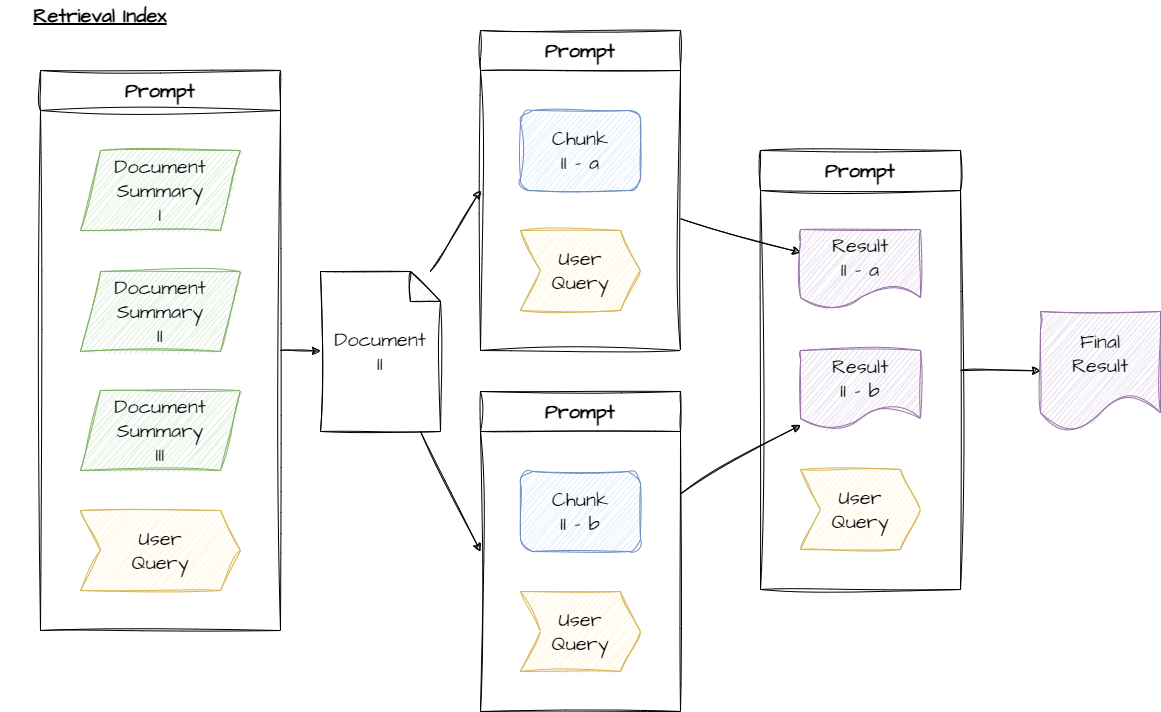
Above: images/retrieval-document-summary-index.drawio.png in IMOKURI/RAG-with-MLDE (draw.io), before the change. Source tidied: cells renumbered, new cells last; positions are measured from the earlier drawing's top-left corner, leaving out a move shared by most shapes.
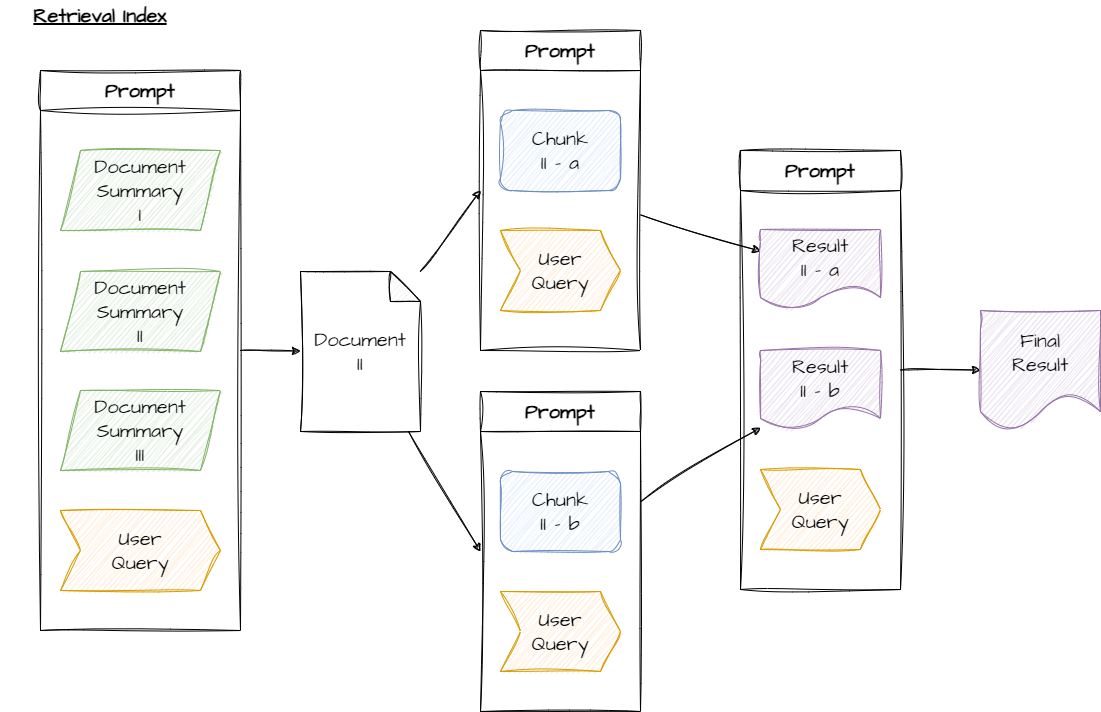
The same file after the commit.

What changed in the source:
```diff
@@ -3,9 +3,9 @@
     <mxCell id="0" />
     <mxCell id="1" parent="0" />
     <mxCell id="2" value="Retrieval Index" style="text;html=1;strokeColor=none;fillColor=none;align=center;verticalAlign=middle;whiteSpace=wrap;rounded=0;sketch=1;hachureGap=4;jiggle=2;curveFitting=1;fontFamily=Architects Daughter;fontSource=https%3A%2F%2Ffonts.googleapis.com%2Fcss%3Ffamily%3DArchitects%2BDaughter;fontSize=20;fontStyle=5;" parent="1" vertex="1">
-      <mxGeometry width="200" height="30" as="geometry" />
+      <mxGeometry x="20" width="200" height="30" as="geometry" />
     </mxCell>
-    <mxCell id="3" value="User&lt;br&gt;Query" style="shape=step;perimeter=stepPerimeter;whiteSpace=wrap;html=1;fixedSize=1;sketch=1;hachureGap=4;jiggle=2;curveFitting=1;fontFamily=Architects Daughter;fontSource=https%3A%2F%2Ffonts.googleapis.com%2Fcss%3Ffamily%3DArchitects%2BDaughter;fontSize=20;fillColor=#fff2cc;strokeColor=#d6b656;" parent="1" vertex="1">
+    <mxCell id="3" value="User&lt;br&gt;Query" style="shape=step;perimeter=stepPerimeter;whiteSpace=wrap;html=1;fixedSize=1;sketch=1;hachureGap=4;jiggle=2;curveFitting=1;fontFamily=Architects Daughter;fontSource=https%3A%2F%2Ffonts.googleapis.com%2Fcss%3Ffamily%3DArchitects%2BDaughter;fontSize=20;fillColor=#ffe6cc;strokeColor=#d79b00;" parent="1" vertex="1">
       <mxGeometry x="80" y="510" width="160" height="80" as="geometry" />
     </mxCell>
     <mxCell id="4" value="Document&lt;br&gt;Summary&lt;br&gt;I" style="shape=parallelogram;perimeter=parallelogramPerimeter;whiteSpace=wrap;html=1;fixedSize=1;sketch=1;hachureGap=4;jiggle=2;curveFitting=1;fontFamily=Architects Daughter;fontSource=https%3A%2F%2Ffonts.googleapis.com%2Fcss%3Ffamily%3DArchitects%2BDaughter;fontSize=20;fillColor=#d5e8d4;strokeColor=#82b366;" parent="1" vertex="1">
@@ -30,49 +30,49 @@
       <mxGeometry relative="1" as="geometry" />
     </mxCell>
     <mxCell id="11" value="Prompt" style="swimlane;whiteSpace=wrap;html=1;sketch=1;hachureGap=4;jiggle=2;curveFitting=1;fontFamily=Architects Daughter;fontSource=https%3A%2F%2Ffonts.googleapis.com%2Fcss%3Ffamily%3DArchitects%2BDaughter;fontSize=20;startSize=40;" parent="1" vertex="1">
-      <mxGeometry x="40" y="70" width="240" height="560" as="geometry" />
+      <mxGeometry x="60" y="70" width="200" height="560" as="geometry" />
     </mxCell>
     <mxCell id="12" style="edgeStyle=none;sketch=1;hachureGap=4;jiggle=2;curveFitting=1;html=1;fontFamily=Architects Daughter;fontSource=https%3A%2F%2Ffonts.googleapis.com%2Fcss%3Ffamily%3DArchitects%2BDaughter;fontSize=16;" parent="1" edge="1" source="13" target="22">
       <mxGeometry relative="1" as="geometry" />
     </mxCell>
     <mxCell id="13" value="Prompt" style="swimlane;whiteSpace=wrap;html=1;sketch=1;hachureGap=4;jiggle=2;curveFitting=1;fontFamily=Architects Daughter;fontSource=https%3A%2F%2Ffonts.googleapis.com%2Fcss%3Ffamily%3DArchitects%2BDaughter;fontSize=20;startSize=40;" parent="1" vertex="1">
-      <mxGeometry x="480" y="30" width="200" height="320" as="geometry" />
+      <mxGeometry x="500" y="30" width="160" height="320" as="geometry" />
     </mxCell>
     <mxCell id="14" value="Chunk&lt;br&gt;II - a" style="rounded=1;whiteSpace=wrap;html=1;sketch=1;hachureGap=4;jiggle=2;curveFitting=1;fontFamily=Architects Daughter;fontSource=https%3A%2F%2Ffonts.googleapis.com%2Fcss%3Ffamily%3DArchitects%2BDaughter;fontSize=20;fillColor=#dae8fc;strokeColor=#6c8ebf;" parent="1" vertex="1">
       <mxGeometry x="520" y="110" width="120" height="80" as="geometry" />
     </mxCell>
-    <mxCell id="15" value="User&lt;br&gt;Query" style="shape=step;perimeter=stepPerimeter;whiteSpace=wrap;html=1;fixedSize=1;sketch=1;hachureGap=4;jiggle=2;curveFitting=1;fontFamily=Architects Daughter;fontSource=https%3A%2F%2Ffonts.googleapis.com%2Fcss%3Ffamily%3DArchitects%2BDaughter;fontSize=20;fillColor=#fff2cc;strokeColor=#d6b656;" parent="1" vertex="1">
+    <mxCell id="15" value="User&lt;br&gt;Query" style="shape=step;perimeter=stepPerimeter;whiteSpace=wrap;html=1;fixedSize=1;sketch=1;hachureGap=4;jiggle=2;curveFitting=1;fontFamily=Architects Daughter;fontSource=https%3A%2F%2Ffonts.googleapis.com%2Fcss%3Ffamily%3DArchitects%2BDaughter;fontSize=20;fillColor=#ffe6cc;strokeColor=#d79b00;" parent="1" vertex="1">
       <mxGeometry x="520" y="230" width="120" height="80" as="geometry" />
     </mxCell>
     <mxCell id="16" style="edgeStyle=none;sketch=1;hachureGap=4;jiggle=2;curveFitting=1;html=1;fontFamily=Architects Daughter;fontSource=https%3A%2F%2Ffonts.googleapis.com%2Fcss%3Ffamily%3DArchitects%2BDaughter;fontSize=16;" parent="1" edge="1" source="17" target="23">
       <mxGeometry relative="1" as="geometry" />
     </mxCell>
     <mxCell id="17" value="Prompt" style="swimlane;whiteSpace=wrap;html=1;sketch=1;hachureGap=4;jiggle=2;curveFitting=1;fontFamily=Architects Daughter;fontSource=https%3A%2F%2Ffonts.googleapis.com%2Fcss%3Ffamily%3DArchitects%2BDaughter;fontSize=20;startSize=40;" parent="1" vertex="1">
-      <mxGeometry x="480" y="391" width="200" height="320" as="geometry" />
+      <mxGeometry x="500" y="391" width="160" height="320" as="geometry" />
     </mxCell>
     <mxCell id="18" value="Chunk&lt;br&gt;II - b" style="rounded=1;whiteSpace=wrap;html=1;sketch=1;hachureGap=4;jiggle=2;curveFitting=1;fontFamily=Architects Daughter;fontSource=https%3A%2F%2Ffonts.googleapis.com%2Fcss%3Ffamily%3DArchitects%2BDaughter;fontSize=20;fillColor=#dae8fc;strokeColor=#6c8ebf;" parent="1" vertex="1">
       <mxGeometry x="520" y="471" width="120" height="80" as="geometry" />
     </mxCell>
-    <mxCell id="19" value="User&lt;br&gt;Query" style="shape=step;perimeter=stepPerimeter;whiteSpace=wrap;html=1;fixedSize=1;sketch=1;hachureGap=4;jiggle=2;curveFitting=1;fontFamily=Architects Daughter;fontSource=https%3A%2F%2Ffonts.googleapis.com%2Fcss%3Ffamily%3DArchitects%2BDaughter;fontSize=20;fillColor=#fff2cc;strokeColor=#d6b656;" parent="1" vertex="1">
+    <mxCell id="19" value="User&lt;br&gt;Query" style="shape=step;perimeter=stepPerimeter;whiteSpace=wrap;html=1;fixedSize=1;sketch=1;hachureGap=4;jiggle=2;curveFitting=1;fontFamily=Architects Daughter;fontSource=https%3A%2F%2Ffonts.googleapis.com%2Fcss%3Ffamily%3DArchitects%2BDaughter;fontSize=20;fillColor=#ffe6cc;strokeColor=#d79b00;" parent="1" vertex="1">
       <mxGeometry x="520" y="591" width="120" height="80" as="geometry" />
     </mxCell>
     <mxCell id="20" style="edgeStyle=none;sketch=1;hachureGap=4;jiggle=2;curveFitting=1;html=1;fontFamily=Architects Daughter;fontSource=https%3A%2F%2Ffonts.googleapis.com%2Fcss%3Ffamily%3DArchitects%2BDaughter;fontSize=16;" parent="1" edge="1" source="21" target="25">
       <mxGeometry relative="1" as="geometry" />
     </mxCell>
     <mxCell id="21" value="Prompt" style="swimlane;whiteSpace=wrap;html=1;sketch=1;hachureGap=4;jiggle=2;curveFitting=1;fontFamily=Architects Daughter;fontSource=https%3A%2F%2Ffonts.googleapis.com%2Fcss%3Ffamily%3DArchitects%2BDaughter;fontSize=20;startSize=40;" parent="1" vertex="1">
-      <mxGeometry x="760" y="150" width="200" height="439" as="geometry" />
+      <mxGeometry x="760" y="150" width="160" height="439" as="geometry" />
     </mxCell>
     <mxCell id="22" value="Result&lt;br&gt;II - a" style="shape=document;whiteSpace=wrap;html=1;boundedLbl=1;sketch=1;hachureGap=4;jiggle=2;curveFitting=1;fontFamily=Architects Daughter;fontSource=https%3A%2F%2Ffonts.googleapis.com%2Fcss%3Ffamily%3DArchitects%2BDaughter;fontSize=20;fillColor=#e1d5e7;strokeColor=#9673a6;" parent="21" vertex="1">
-      <mxGeometry x="40" y="79" width="120" height="80" as="geometry" />
+      <mxGeometry x="20" y="79" width="120" height="80" as="geometry" />
     </mxCell>
     <mxCell id="23" value="Result&lt;br&gt;II - b" style="shape=document;whiteSpace=wrap;html=1;boundedLbl=1;sketch=1;hachureGap=4;jiggle=2;curveFitting=1;fontFamily=Architects Daughter;fontSource=https%3A%2F%2Ffonts.googleapis.com%2Fcss%3Ffamily%3DArchitects%2BDaughter;fontSize=20;fillColor=#e1d5e7;strokeColor=#9673a6;" parent="21" vertex="1">
-      <mxGeometry x="40" y="200" width="120" height="80" as="geometry" />
+      <mxGeometry x="20" y="200" width="120" height="80" as="geometry" />
     </mxCell>
-    <mxCell id="24" value="User&lt;br&gt;Query" style="shape=step;perimeter=stepPerimeter;whiteSpace=wrap;html=1;fixedSize=1;sketch=1;hachureGap=4;jiggle=2;curveFitting=1;fontFamily=Architects Daughter;fontSource=https%3A%2F%2Ffonts.googleapis.com%2Fcss%3Ffamily%3DArchitects%2BDaughter;fontSize=20;fillColor=#fff2cc;strokeColor=#d6b656;" parent="21" vertex="1">
-      <mxGeometry x="40" y="319" width="120" height="80" as="geometry" />
+    <mxCell id="24" value="User&lt;br&gt;Query" style="shape=step;perimeter=stepPerimeter;whiteSpace=wrap;html=1;fixedSize=1;sketch=1;hachureGap=4;jiggle=2;curveFitting=1;fontFamily=Architects Daughter;fontSource=https%3A%2F%2Ffonts.googleapis.com%2Fcss%3Ffamily%3DArchitects%2BDaughter;fontSize=20;fillColor=#ffe6cc;strokeColor=#d79b00;" parent="21" vertex="1">
+      <mxGeometry x="20" y="319" width="120" height="80" as="geometry" />
     </mxCell>
     <mxCell id="25" value="Final&lt;br&gt;Result" style="shape=document;whiteSpace=wrap;html=1;boundedLbl=1;sketch=1;hachureGap=4;jiggle=2;curveFitting=1;fontFamily=Architects Daughter;fontSource=https%3A%2F%2Ffonts.googleapis.com%2Fcss%3Ffamily%3DArchitects%2BDaughter;fontSize=20;fillColor=#e1d5e7;strokeColor=#9673a6;" parent="1" vertex="1">
-      <mxGeometry x="1040" y="311" width="120" height="119" as="geometry" />
+      <mxGeometry x="1000" y="310" width="120" height="119" as="geometry" />
     </mxCell>
   </root>
 </mxGraphModel>
```
